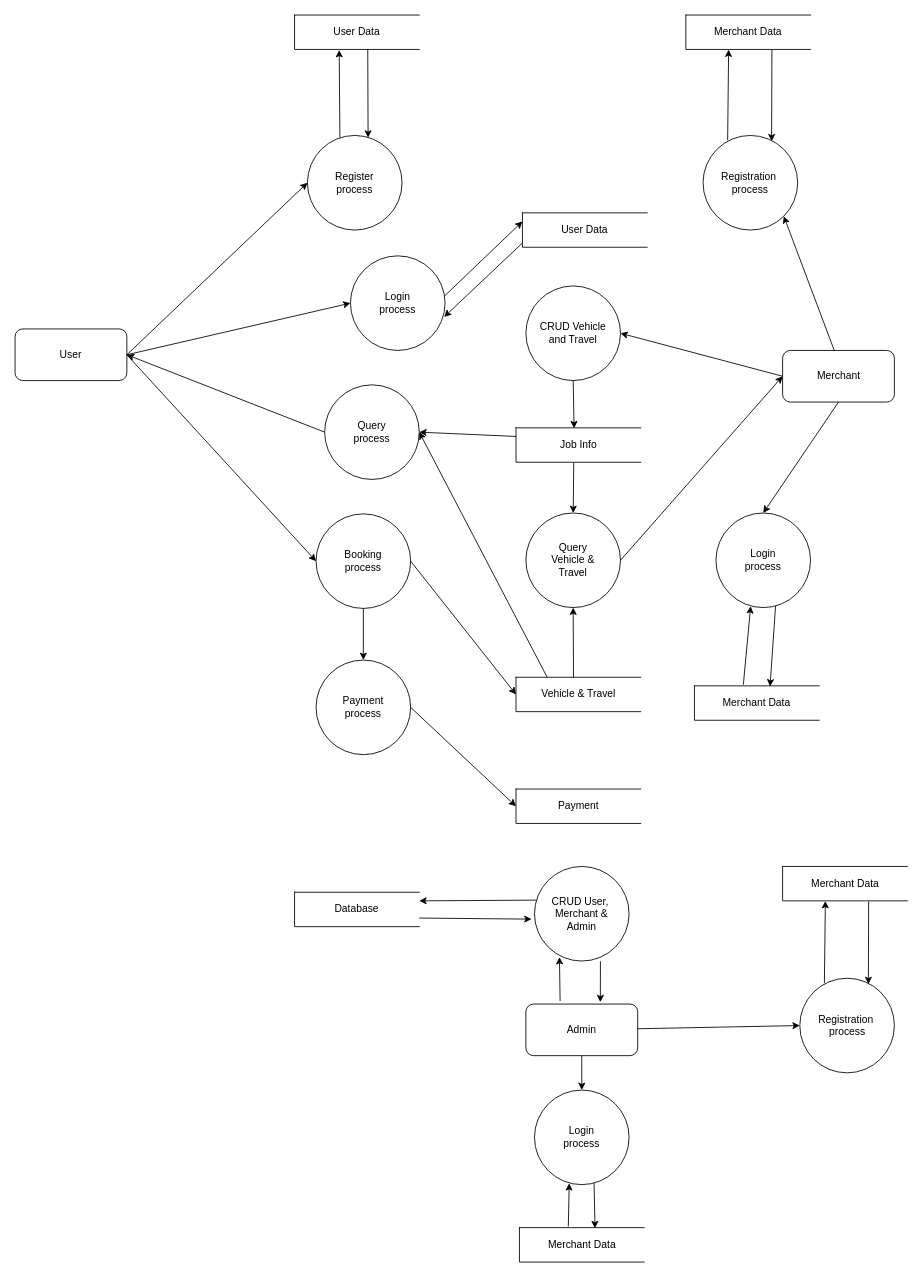
Earlier version of the draw.io diagram page "DFD Level-1" (7 of 8) of design.drawio (roman-ojha/journey). Source tidied: cells renumbered, new cells numbered last; positions are measured from the earlier drawing's top-left corner, leaving out a move shared by most shapes. Both pictures are drawn from the tidied source at 86%, with x=0, y=0 at pixel (15, 15).
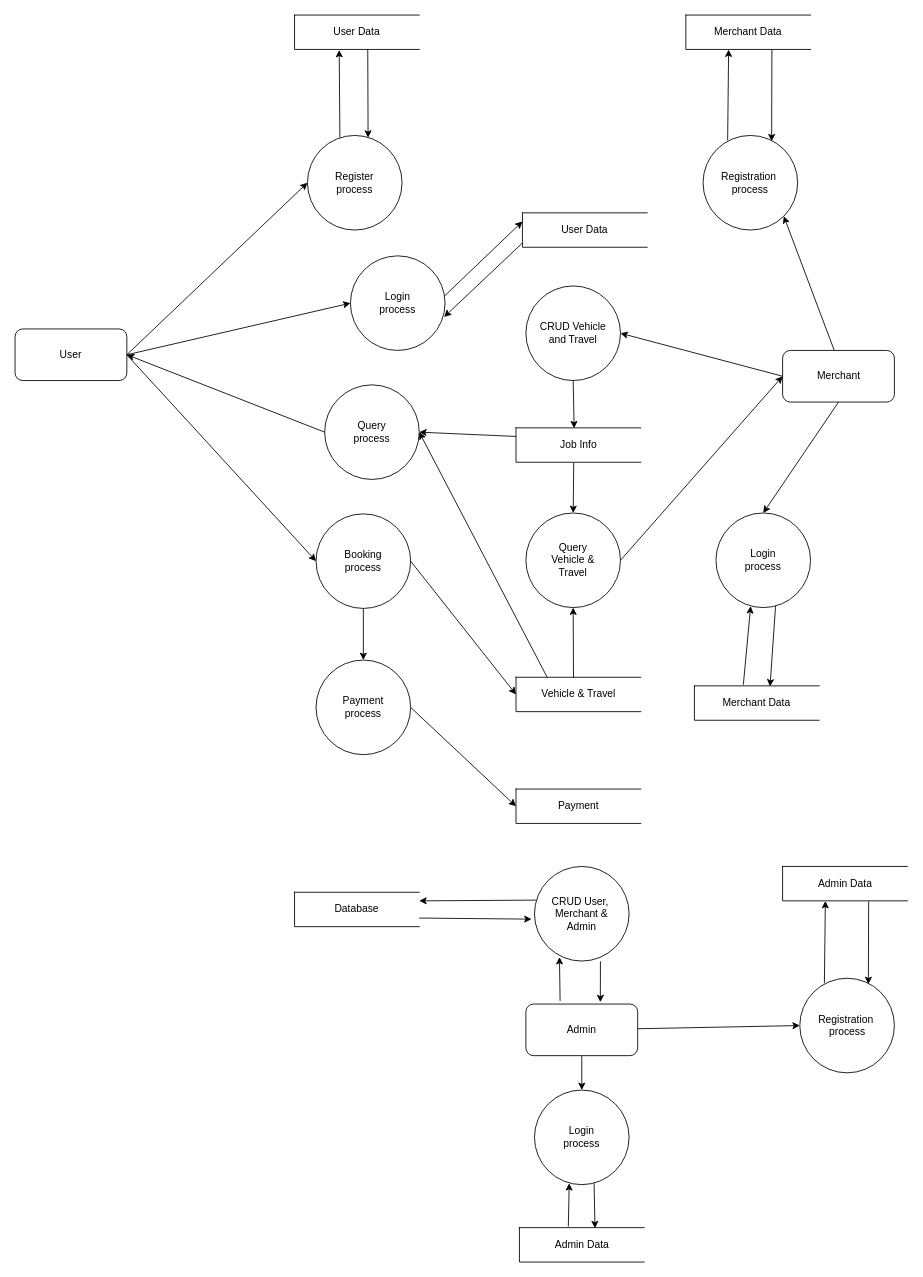
Above is the later version.

What changed in the source:
```diff
@@
-    <mxCell id="48" value="Merchant Data" style="html=1;dashed=0;whiteSpace=wrap;shape=partialRectangle;right=0;" parent="1" vertex="1">
+    <mxCell id="48" value="Admin Data" style="html=1;dashed=0;whiteSpace=wrap;shape=partialRectangle;right=0;" parent="1" vertex="1">
       <mxGeometry x="892.5" y="990" width="145" height="40" as="geometry" />
     </mxCell>
@@
-    <mxCell id="52" value="Merchant Data" style="html=1;dashed=0;whiteSpace=wrap;shape=partialRectangle;right=0;" parent="1" vertex="1">
+    <mxCell id="52" value="Admin Data" style="html=1;dashed=0;whiteSpace=wrap;shape=partialRectangle;right=0;" parent="1" vertex="1">
       <mxGeometry x="586.5" y="1410" width="145" height="40" as="geometry" />
     </mxCell>
```
